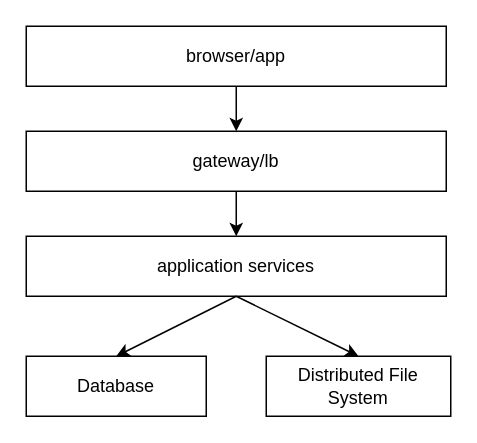
Before: drive white paper.drawio in hehenpan/drawio, a draw.io diagram. Source tidied: cells renumbered, new cells numbered last; positions are measured from the earlier drawing's top-left corner, leaving out a move shared by most shapes. Both pictures are drawn from the tidied source at 150%, with x=0, y=0 at pixel (26, 26).
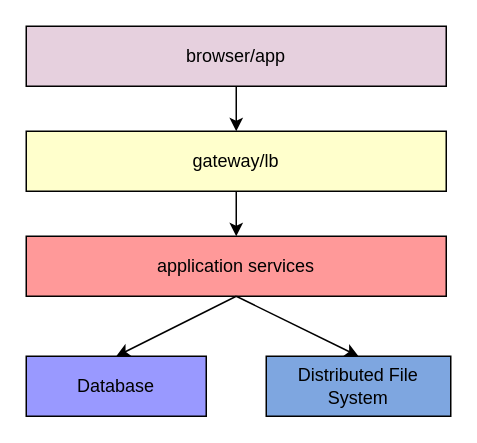
The same page after the edit.

What changed in the source:
```diff
@@
 <mxGraphModel>
   <root>
     <mxCell id="0" />
     <mxCell id="1" parent="0" />
     <mxCell id="2" style="edgeStyle=orthogonalEdgeStyle;rounded=0;jettySize=auto;html=1;" parent="1" edge="1" source="3" target="4">
       <mxGeometry relative="1" as="geometry" />
     </mxCell>
-    <mxCell id="3" value="browser/app" style="rounded=0;whiteSpace=wrap;html=1;" parent="1" vertex="1">
+    <mxCell id="3" value="browser/app" style="rounded=0;whiteSpace=wrap;html=1;fillColor=#E6D0DE;" parent="1" vertex="1">
       <mxGeometry width="280" height="40" as="geometry" />
     </mxCell>
-    <mxCell id="4" value="gateway/lb" style="rounded=0;whiteSpace=wrap;html=1;" parent="1" vertex="1">
+    <mxCell id="4" value="gateway/lb" style="rounded=0;whiteSpace=wrap;html=1;fillColor=#FFFFCC;" parent="1" vertex="1">
       <mxGeometry y="70" width="280" height="40" as="geometry" />
     </mxCell>
-    <mxCell id="5" value="application services" style="rounded=0;whiteSpace=wrap;html=1;" parent="1" vertex="1">
+    <mxCell id="5" value="application services" style="rounded=0;whiteSpace=wrap;html=1;fillColor=#FF9999;" parent="1" vertex="1">
       <mxGeometry y="140" width="280" height="40" as="geometry" />
     </mxCell>
     <mxCell id="6" style="endArrow=classic;html=1;exitX=0.5;exitY=1;exitDx=0;exitDy=0;entryX=0.5;entryY=0;entryDx=0;entryDy=0;" parent="1" edge="1" source="4" target="5">
       <mxGeometry relative="1" as="geometry" />
     </mxCell>
-    <mxCell id="7" value="Database" style="rounded=0;whiteSpace=wrap;html=1;" parent="1" vertex="1">
+    <mxCell id="7" value="Database" style="rounded=0;whiteSpace=wrap;html=1;fillColor=#9999FF;" parent="1" vertex="1">
       <mxGeometry y="220" width="120" height="40" as="geometry" />
     </mxCell>
-    <mxCell id="8" value="Distributed File System" style="rounded=0;whiteSpace=wrap;html=1;" parent="1" vertex="1">
+    <mxCell id="8" value="Distributed File System" style="rounded=0;whiteSpace=wrap;html=1;fillColor=#7EA6E0;" parent="1" vertex="1">
       <mxGeometry x="160" y="220" width="123" height="40" as="geometry" />
     </mxCell>
     <mxCell id="9" style="endArrow=classic;html=1;exitX=0.5;exitY=1;exitDx=0;exitDy=0;entryX=0.5;entryY=0;entryDx=0;entryDy=0;" parent="1" edge="1" source="5" target="7">
       <mxGeometry relative="1" as="geometry" />
     </mxCell>
     <mxCell id="10" style="endArrow=classic;html=1;exitX=0.5;exitY=1;exitDx=0;exitDy=0;entryX=0.5;entryY=0;entryDx=0;entryDy=0;" parent="1" edge="1" source="5" target="8">
       <mxGeometry relative="1" as="geometry" />
     </mxCell>
   </root>
 </mxGraphModel>
```
